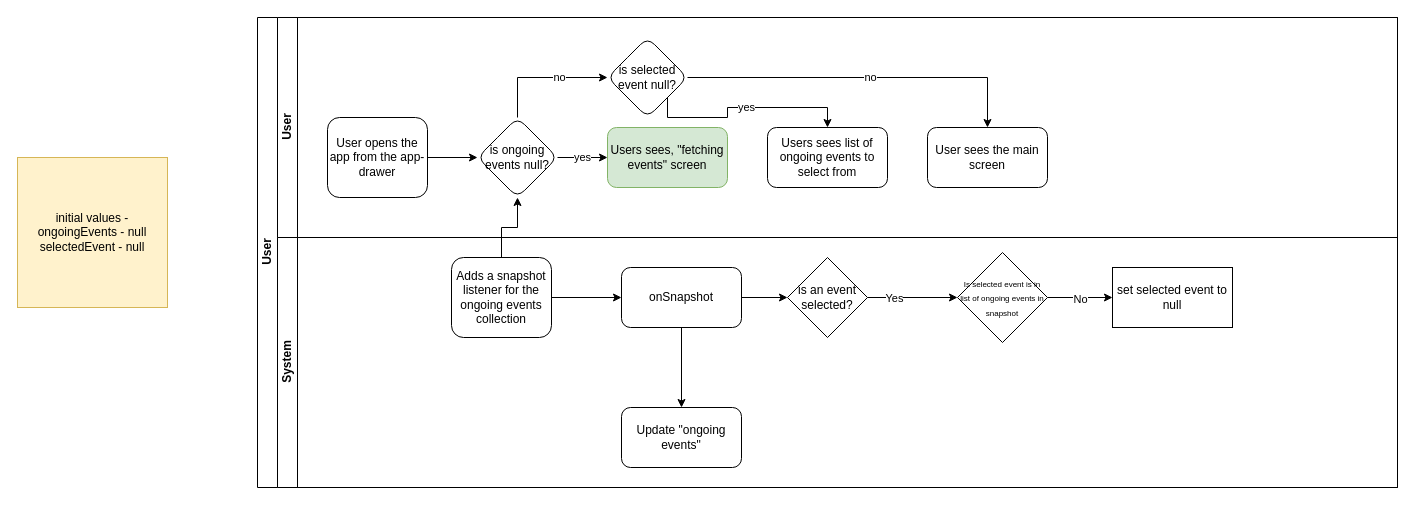
Before: page "Event Manager" (1 of 4) of HFN-checkin-app.drawio in appsparkler/draw.io, a draw.io diagram. Source tidied: cells renumbered, new cells numbered last; positions are measured from the earlier drawing's top-left corner, leaving out a move shared by most shapes. Both pictures are drawn from the tidied source at 100%, with x=0, y=0 at pixel (17, 17).
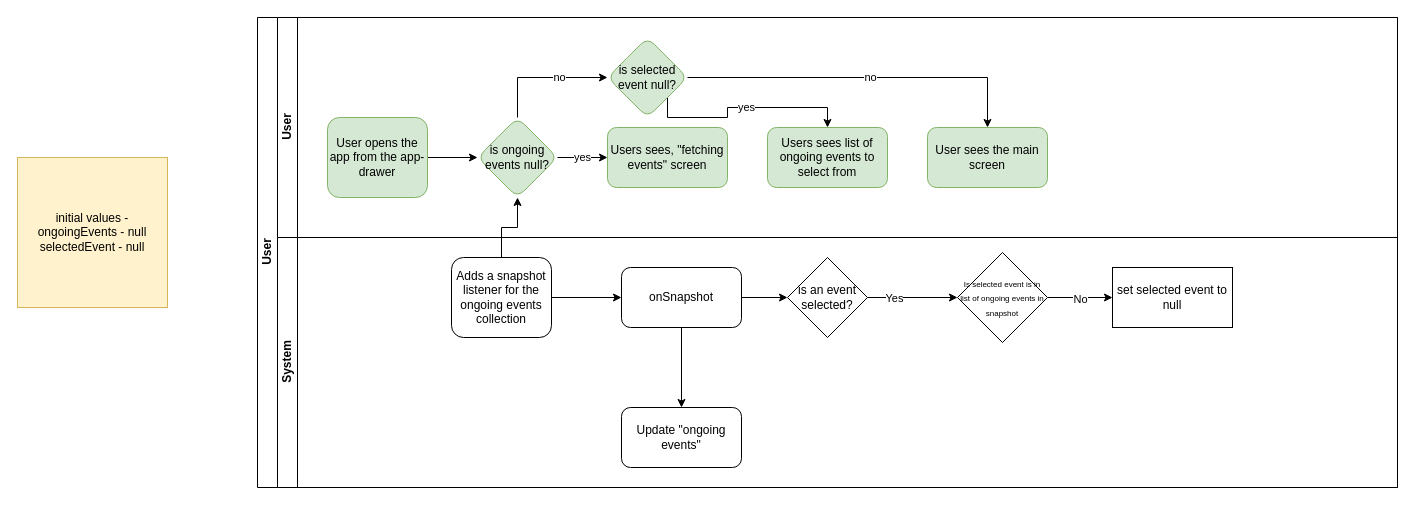
Above is the later version.

The change refers to these unchanged cells:
```xml
<mxCell id="3" value="&lt;div&gt;User&lt;/div&gt;" style="swimlane;startSize=20;horizontal=0;html=1;" parent="2" vertex="1">
  <mxGeometry x="20" width="1120" height="220" as="geometry" />
</mxCell>
```

Change to the diagram source:
```diff
@@
-    <mxCell id="5" value="User opens the app from the app-drawer" style="rounded=1;whiteSpace=wrap;html=1;" parent="3" vertex="1">
+    <mxCell id="5" value="User opens the app from the app-drawer" style="rounded=1;whiteSpace=wrap;html=1;fillColor=#d5e8d4;strokeColor=#82b366;" parent="3" vertex="1">
       <mxGeometry x="50" y="100" width="100" height="80" as="geometry" />
     </mxCell>
-    <mxCell id="6" value="Users sees list of ongoing events to select from" style="whiteSpace=wrap;html=1;rounded=1;" parent="3" vertex="1">
+    <mxCell id="6" value="Users sees list of ongoing events to select from" style="whiteSpace=wrap;html=1;rounded=1;fillColor=#d5e8d4;strokeColor=#82b366;" parent="3" vertex="1">
       <mxGeometry x="490" y="110" width="120" height="60" as="geometry" />
     </mxCell>
@@
-    <mxCell id="10" value="is ongoing events null?" style="rhombus;whiteSpace=wrap;html=1;rounded=1;" parent="3" vertex="1">
+    <mxCell id="10" value="is ongoing events null?" style="rhombus;whiteSpace=wrap;html=1;rounded=1;fillColor=#d5e8d4;strokeColor=#82b366;" parent="3" vertex="1">
       <mxGeometry x="200" y="100" width="80" height="80" as="geometry" />
     </mxCell>
@@
-    <mxCell id="12" value="User sees the main screen" style="whiteSpace=wrap;html=1;rounded=1;" parent="3" vertex="1">
+    <mxCell id="12" value="User sees the main screen" style="whiteSpace=wrap;html=1;rounded=1;fillColor=#d5e8d4;strokeColor=#82b366;" parent="3" vertex="1">
       <mxGeometry x="650" y="110" width="120" height="60" as="geometry" />
     </mxCell>
@@
-    <mxCell id="17" value="is selected event null?" style="rhombus;whiteSpace=wrap;html=1;rounded=1;" parent="3" vertex="1">
+    <mxCell id="17" value="is selected event null?" style="rhombus;whiteSpace=wrap;html=1;rounded=1;fillColor=#d5e8d4;strokeColor=#82b366;" parent="3" vertex="1">
       <mxGeometry x="330" y="20" width="80" height="80" as="geometry" />
     </mxCell>
```
